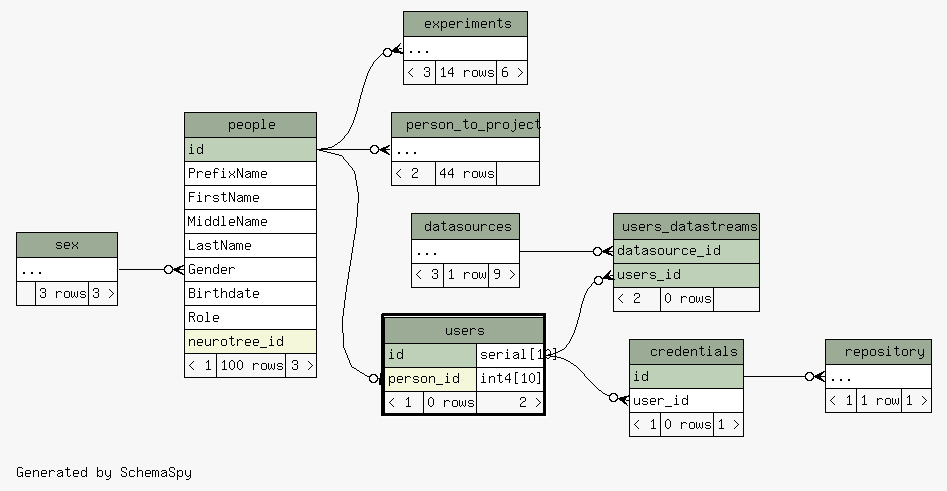
tgbugs/mlab keeps this Graphviz diagram as database/ss/diagrams/users.2degrees.png. Above is the earlier version. Its source is kept beside it as database/ss/diagrams/users.2degrees.dot.
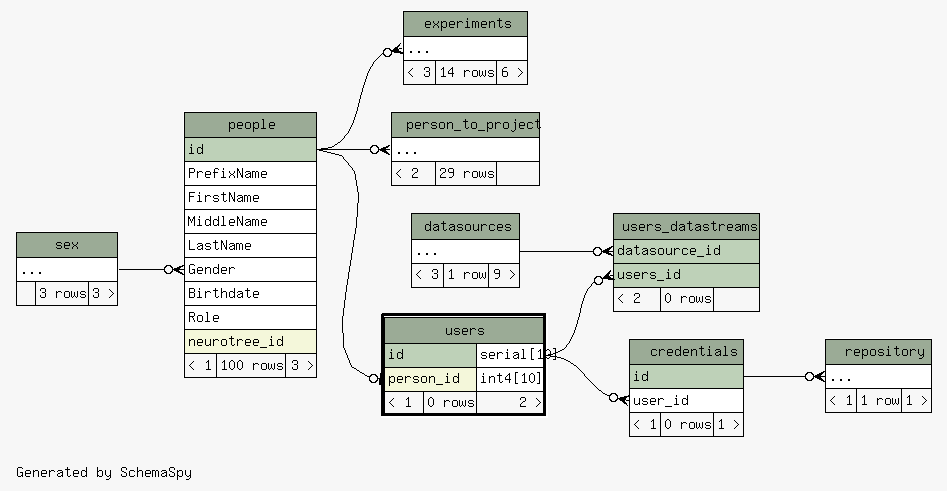
Above is the later version.

The edit, as a diff of the source:
```diff
@@ -79,7 +79,7 @@
     <TABLE BORDER="0" CELLBORDER="1" CELLSPACING="0" BGCOLOR="#ffffff">
       <TR><TD COLSPAN="3" BGCOLOR="#9bab96" ALIGN="CENTER">person_to_project</TD></TR>
       <TR><TD PORT="elipses" COLSPAN="3" ALIGN="LEFT">...</TD></TR>
-      <TR><TD ALIGN="LEFT" BGCOLOR="#f7f7f7">&lt; 2</TD><TD ALIGN="RIGHT" BGCOLOR="#f7f7f7">44 rows</TD><TD ALIGN="RIGHT" BGCOLOR="#f7f7f7">  </TD></TR>
+      <TR><TD ALIGN="LEFT" BGCOLOR="#f7f7f7">&lt; 2</TD><TD ALIGN="RIGHT" BGCOLOR="#f7f7f7">29 rows</TD><TD ALIGN="RIGHT" BGCOLOR="#f7f7f7">  </TD></TR>
     </TABLE>>
     URL="person_to_project.html"
     tooltip="person_to_project"
```
